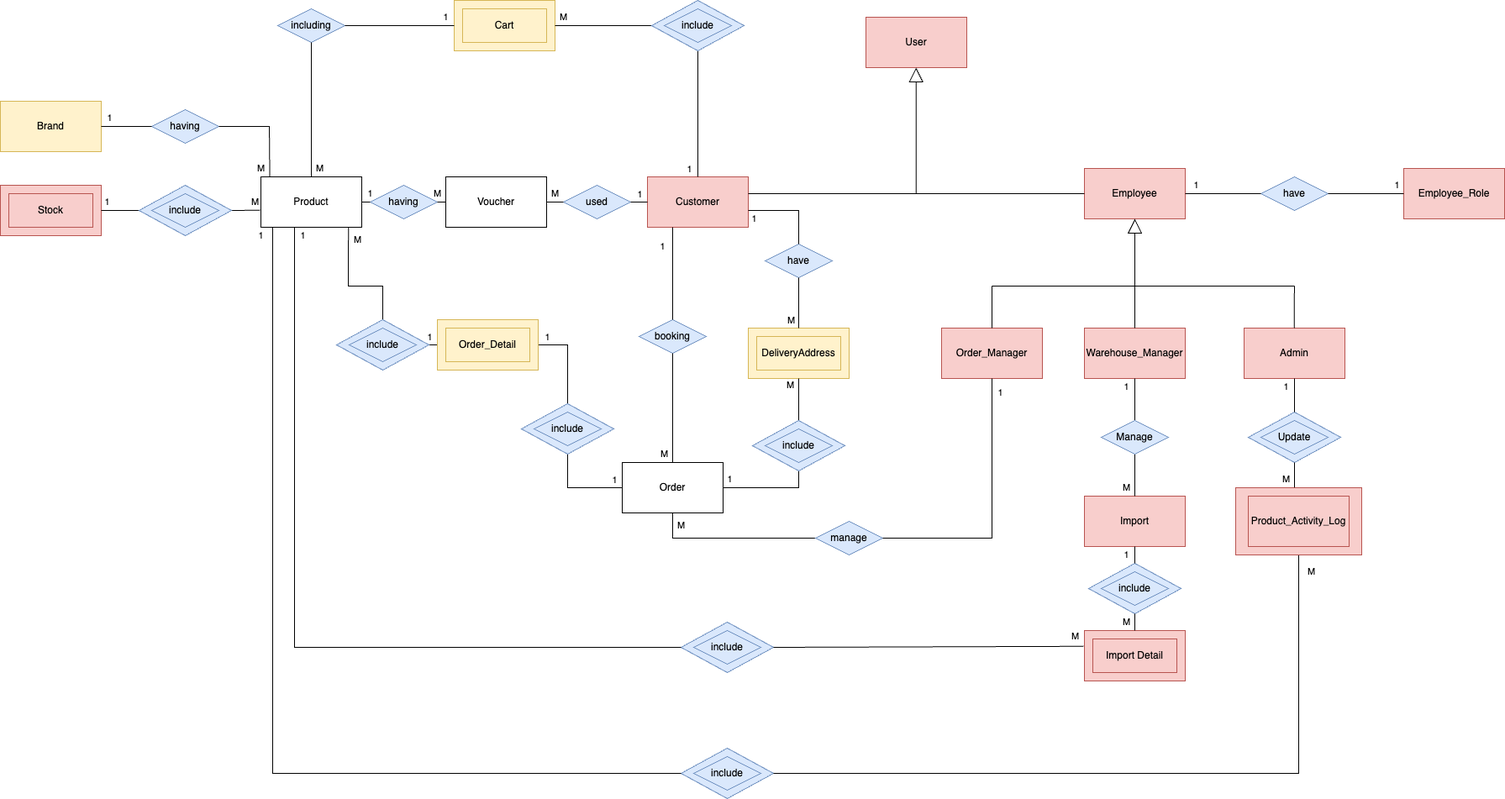
Before: document/SRS/erd.drawio.png, a diagram exported from draw.io (QuocZuong/perfume-store). Source tidied: cells renumbered, new cells last; positions are measured from the earlier drawing's top-left corner, leaving out a move shared by most shapes.
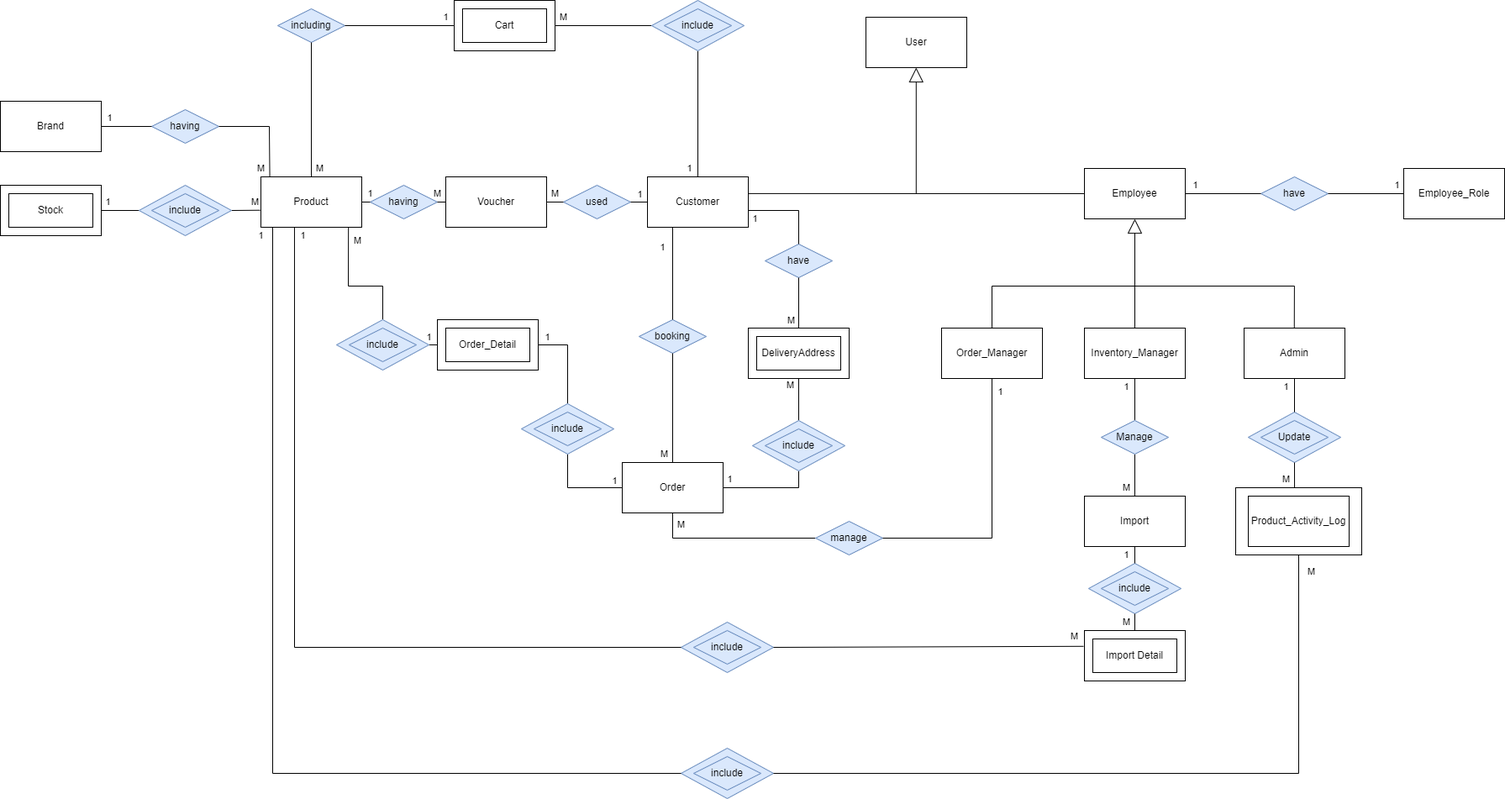
Above is the later version.

The edit, as a diff of the source:
```diff
@@ -2,10 +2,10 @@
   <root>
     <mxCell id="0" />
     <mxCell id="1" parent="0" />
-    <mxCell id="2" value="&lt;font&gt;Brand&lt;/font&gt;" style="rounded=0;whiteSpace=wrap;html=1;fillColor=#fff2cc;strokeColor=#d6b656;" parent="1" vertex="1">
+    <mxCell id="2" value="&lt;font&gt;Brand&lt;/font&gt;" style="rounded=0;whiteSpace=wrap;html=1;" parent="1" vertex="1">
       <mxGeometry y="120" width="120" height="60" as="geometry" />
     </mxCell>
-    <mxCell id="3" value="&lt;font&gt;Customer&lt;/font&gt;" style="rounded=0;whiteSpace=wrap;html=1;fillColor=#f8cecc;strokeColor=#b85450;" parent="1" vertex="1">
+    <mxCell id="3" value="&lt;font&gt;Customer&lt;/font&gt;" style="rounded=0;whiteSpace=wrap;html=1;" parent="1" vertex="1">
       <mxGeometry x="770" y="210" width="120" height="60" as="geometry" />
     </mxCell>
     <mxCell id="4" value="&lt;font&gt;Order&lt;/font&gt;" style="rounded=0;whiteSpace=wrap;html=1;strokeColor=#000000;fontColor=#000000;" parent="1" vertex="1">
@@ -29,13 +29,13 @@
     <mxCell id="10" value="booking" style="rhombus;whiteSpace=wrap;html=1;fillColor=#dae8fc;strokeColor=#6c8ebf;" parent="1" vertex="1">
       <mxGeometry x="760" y="380" width="80" height="40" as="geometry" />
     </mxCell>
-    <mxCell id="11" value="Employee_Role" style="rounded=0;whiteSpace=wrap;html=1;fillColor=#f8cecc;strokeColor=#b85450;" parent="1" vertex="1">
+    <mxCell id="11" value="Employee_Role" style="rounded=0;whiteSpace=wrap;html=1;" parent="1" vertex="1">
       <mxGeometry x="1670" y="200" width="120" height="60" as="geometry" />
     </mxCell>
     <mxCell id="12" value="Voucher" style="rounded=0;whiteSpace=wrap;html=1;" parent="1" vertex="1">
       <mxGeometry x="530" y="210" width="120" height="60" as="geometry" />
     </mxCell>
-    <mxCell id="13" style="rounded=0;whiteSpace=wrap;html=1;fillColor=#fff2cc;strokeColor=#d6b656;" parent="1" vertex="1">
+    <mxCell id="13" style="rounded=0;whiteSpace=wrap;html=1;" parent="1" vertex="1">
       <mxGeometry x="890" y="390" width="120" height="60" as="geometry" />
     </mxCell>
     <mxCell id="14" value="have" style="rhombus;whiteSpace=wrap;html=1;fillColor=#dae8fc;strokeColor=#6c8ebf;" parent="1" vertex="1">
@@ -74,10 +74,10 @@
     <mxCell id="23" value="1" style="endArrow=none;html=1;rounded=0;exitX=1;exitY=0.5;exitDx=0;exitDy=0;entryX=0;entryY=0.5;entryDx=0;entryDy=0;" parent="1" edge="1" source="2" target="6">
       <mxGeometry x="-0.67" y="10" relative="1" as="geometry" />
     </mxCell>
-    <mxCell id="24" value="&lt;font&gt;User&lt;/font&gt;" style="rounded=0;whiteSpace=wrap;html=1;fillColor=#f8cecc;strokeColor=#b85450;" parent="1" vertex="1">
+    <mxCell id="24" value="&lt;font&gt;User&lt;/font&gt;" style="rounded=0;whiteSpace=wrap;html=1;" parent="1" vertex="1">
       <mxGeometry x="1030" y="20" width="120" height="60" as="geometry" />
     </mxCell>
-    <mxCell id="25" value="&lt;font&gt;Employee&lt;/font&gt;" style="rounded=0;whiteSpace=wrap;html=1;fillColor=#f8cecc;strokeColor=#b85450;" parent="1" vertex="1">
+    <mxCell id="25" value="&lt;font&gt;Employee&lt;/font&gt;" style="rounded=0;whiteSpace=wrap;html=1;" parent="1" vertex="1">
       <mxGeometry x="1290" y="200" width="120" height="60" as="geometry" />
     </mxCell>
     <mxCell id="26" value="1" style="endArrow=none;html=1;rounded=0;entryX=0;entryY=0.5;entryDx=0;entryDy=0;exitX=1;exitY=0.5;exitDx=0;exitDy=0;" parent="1" edge="1" source="25" target="14">
@@ -131,7 +131,7 @@
         <mxPoint x="10" y="-11" as="offset" />
       </mxGeometry>
     </mxCell>
-    <mxCell id="36" value="&lt;font&gt;Cart&lt;/font&gt;" style="rounded=0;whiteSpace=wrap;html=1;absoluteArcSize=0;fillColor=#fff2cc;strokeColor=#d6b656;" parent="1" vertex="1">
+    <mxCell id="36" value="&lt;font&gt;Cart&lt;/font&gt;" style="rounded=0;whiteSpace=wrap;html=1;absoluteArcSize=0;" parent="1" vertex="1">
       <mxGeometry x="540" width="120" height="60" as="geometry" />
     </mxCell>
     <mxCell id="37" value="1" style="endArrow=none;html=1;rounded=0;exitX=1;exitY=0.5;exitDx=0;exitDy=0;entryX=0;entryY=0.5;entryDx=0;entryDy=0;" parent="1" edge="1" source="8" target="36">
@@ -176,13 +176,13 @@
         <mxPoint x="1089.8" y="80" as="targetPoint" />
       </mxGeometry>
     </mxCell>
-    <mxCell id="47" value="&lt;font&gt;Admin&lt;/font&gt;" style="rounded=0;whiteSpace=wrap;html=1;fillColor=#f8cecc;strokeColor=#b85450;" parent="1" vertex="1">
+    <mxCell id="47" value="&lt;font&gt;Admin&lt;/font&gt;" style="rounded=0;whiteSpace=wrap;html=1;" parent="1" vertex="1">
       <mxGeometry x="1480" y="390" width="120" height="60" as="geometry" />
     </mxCell>
-    <mxCell id="48" value="Warehouse_Manager" style="rounded=0;whiteSpace=wrap;html=1;fillColor=#f8cecc;strokeColor=#b85450;" parent="1" vertex="1">
+    <mxCell id="48" value="Inventory_Manager" style="rounded=0;whiteSpace=wrap;html=1;" parent="1" vertex="1">
       <mxGeometry x="1290" y="390" width="120" height="60" as="geometry" />
     </mxCell>
-    <mxCell id="49" value="Order_Manager" style="rounded=0;whiteSpace=wrap;html=1;fillColor=#f8cecc;strokeColor=#b85450;" parent="1" vertex="1">
+    <mxCell id="49" value="Order_Manager" style="rounded=0;whiteSpace=wrap;html=1;" parent="1" vertex="1">
       <mxGeometry x="1120" y="390" width="120" height="60" as="geometry" />
     </mxCell>
     <mxCell id="50" style="endArrow=none;html=1;rounded=0;" parent="1" edge="1">
@@ -240,13 +240,13 @@
     <mxCell id="60" value="1" style="endArrow=none;html=1;rounded=0;exitX=1;exitY=0.5;exitDx=0;exitDy=0;entryX=0;entryY=0.5;entryDx=0;entryDy=0;" parent="1" edge="1" source="20" target="17">
       <mxGeometry x="1" y="10" relative="1" as="geometry" />
     </mxCell>
-    <mxCell id="61" value="&lt;font&gt;Cart&lt;/font&gt;" style="rounded=0;whiteSpace=wrap;html=1;absoluteArcSize=0;fillColor=#fff2cc;strokeColor=#d6b656;" parent="1" vertex="1">
+    <mxCell id="61" value="&lt;font&gt;Cart&lt;/font&gt;" style="rounded=0;whiteSpace=wrap;html=1;absoluteArcSize=0;" parent="1" vertex="1">
       <mxGeometry x="550" y="10" width="100" height="40" as="geometry" />
     </mxCell>
-    <mxCell id="62" value="DeliveryAddress" style="rounded=0;whiteSpace=wrap;html=1;fillColor=#fff2cc;strokeColor=#d6b656;" parent="1" vertex="1">
+    <mxCell id="62" value="DeliveryAddress" style="rounded=0;whiteSpace=wrap;html=1;" parent="1" vertex="1">
       <mxGeometry x="900" y="400" width="100" height="40" as="geometry" />
     </mxCell>
-    <mxCell id="63" value="Import" style="rounded=0;whiteSpace=wrap;html=1;fillColor=#f8cecc;strokeColor=#b85450;" parent="1" vertex="1">
+    <mxCell id="63" value="Import" style="rounded=0;whiteSpace=wrap;html=1;" parent="1" vertex="1">
       <mxGeometry x="1290" y="590" width="120" height="60" as="geometry" />
     </mxCell>
     <mxCell id="64" value="1" style="endArrow=none;html=1;rounded=0;entryX=0.5;entryY=1;entryDx=0;entryDy=0;exitX=0.5;exitY=0;exitDx=0;exitDy=0;" parent="1" edge="1" source="66" target="48">
@@ -305,13 +305,13 @@
     <mxCell id="79" style="group;" parent="1" vertex="1">
       <mxGeometry x="520" y="380" width="120" height="60" as="geometry" />
     </mxCell>
-    <mxCell id="80" style="rounded=0;whiteSpace=wrap;html=1;fillColor=#fff2cc;strokeColor=#d6b656;" parent="79" vertex="1">
+    <mxCell id="80" style="rounded=0;whiteSpace=wrap;html=1;" parent="79" vertex="1">
       <mxGeometry width="120" height="60" as="geometry" />
     </mxCell>
-    <mxCell id="81" value="&lt;font&gt;Order_Detail&lt;/font&gt;" style="rounded=0;whiteSpace=wrap;html=1;fillColor=#fff2cc;strokeColor=#d6b656;" parent="79" vertex="1">
+    <mxCell id="81" value="&lt;font&gt;Order_Detail&lt;/font&gt;" style="rounded=0;whiteSpace=wrap;html=1;" parent="79" vertex="1">
       <mxGeometry x="10" y="10" width="100" height="40" as="geometry" />
     </mxCell>
-    <mxCell id="82" style="rounded=0;whiteSpace=wrap;html=1;fillColor=#f8cecc;strokeColor=#b85450;" parent="1" vertex="1">
+    <mxCell id="82" style="rounded=0;whiteSpace=wrap;html=1;" parent="1" vertex="1">
       <mxGeometry y="220" width="120" height="60" as="geometry" />
     </mxCell>
     <mxCell id="83" value="M" style="endArrow=none;html=1;rounded=0;entryX=-0.008;entryY=0.662;entryDx=0;entryDy=0;entryPerimeter=0;exitX=1;exitY=0.5;exitDx=0;exitDy=0;" parent="1" edge="1" source="87" target="20">
@@ -320,7 +320,7 @@
     <mxCell id="84" value="1" style="endArrow=none;html=1;rounded=0;exitX=1;exitY=0.5;exitDx=0;exitDy=0;entryX=0;entryY=0.5;entryDx=0;entryDy=0;" parent="1" edge="1" source="82" target="87">
       <mxGeometry x="-0.67" y="10" relative="1" as="geometry" />
     </mxCell>
-    <mxCell id="85" value="&lt;font&gt;Stock&lt;/font&gt;" style="rounded=0;whiteSpace=wrap;html=1;fillColor=#f8cecc;strokeColor=#b85450;" parent="1" vertex="1">
+    <mxCell id="85" value="&lt;font&gt;Stock&lt;/font&gt;" style="rounded=0;whiteSpace=wrap;html=1;" parent="1" vertex="1">
       <mxGeometry x="10" y="230" width="100" height="40" as="geometry" />
     </mxCell>
     <mxCell id="86" style="group;" parent="1" vertex="1">
@@ -368,10 +368,10 @@
     <mxCell id="97" style="group;" parent="1" vertex="1">
       <mxGeometry x="1470" y="580" width="150" height="80" as="geometry" />
     </mxCell>
-    <mxCell id="98" style="rounded=0;whiteSpace=wrap;html=1;fillColor=#f8cecc;strokeColor=#b85450;" parent="97" vertex="1">
+    <mxCell id="98" style="rounded=0;whiteSpace=wrap;html=1;" parent="97" vertex="1">
       <mxGeometry width="150" height="80" as="geometry" />
     </mxCell>
-    <mxCell id="99" value="Product_Activity_Log" style="rounded=0;whiteSpace=wrap;html=1;fillColor=#f8cecc;strokeColor=#b85450;" parent="97" vertex="1">
+    <mxCell id="99" value="Product_Activity_Log" style="rounded=0;whiteSpace=wrap;html=1;" parent="97" vertex="1">
       <mxGeometry x="15" y="10" width="120" height="60" as="geometry" />
     </mxCell>
     <mxCell id="100" style="group;" parent="1" vertex="1">
@@ -386,10 +386,10 @@
     <mxCell id="103" style="group;" parent="1" vertex="1">
       <mxGeometry x="1290" y="750" width="120" height="60" as="geometry" />
     </mxCell>
-    <mxCell id="104" style="rounded=0;whiteSpace=wrap;html=1;fillColor=#f8cecc;strokeColor=#b85450;" parent="103" vertex="1">
+    <mxCell id="104" style="rounded=0;whiteSpace=wrap;html=1;" parent="103" vertex="1">
       <mxGeometry width="120" height="60" as="geometry" />
     </mxCell>
-    <mxCell id="105" value="Import Detail" style="rounded=0;whiteSpace=wrap;html=1;fillColor=#f8cecc;strokeColor=#b85450;" parent="103" vertex="1">
+    <mxCell id="105" value="Import Detail" style="rounded=0;whiteSpace=wrap;html=1;" parent="103" vertex="1">
       <mxGeometry x="10" y="10" width="100" height="40" as="geometry" />
     </mxCell>
     <mxCell id="106" value="1" style="endArrow=none;html=1;rounded=0;entryX=0.5;entryY=1;entryDx=0;entryDy=0;exitX=0.5;exitY=0;exitDx=0;exitDy=0;" parent="1" edge="1" source="101" target="63">
```
